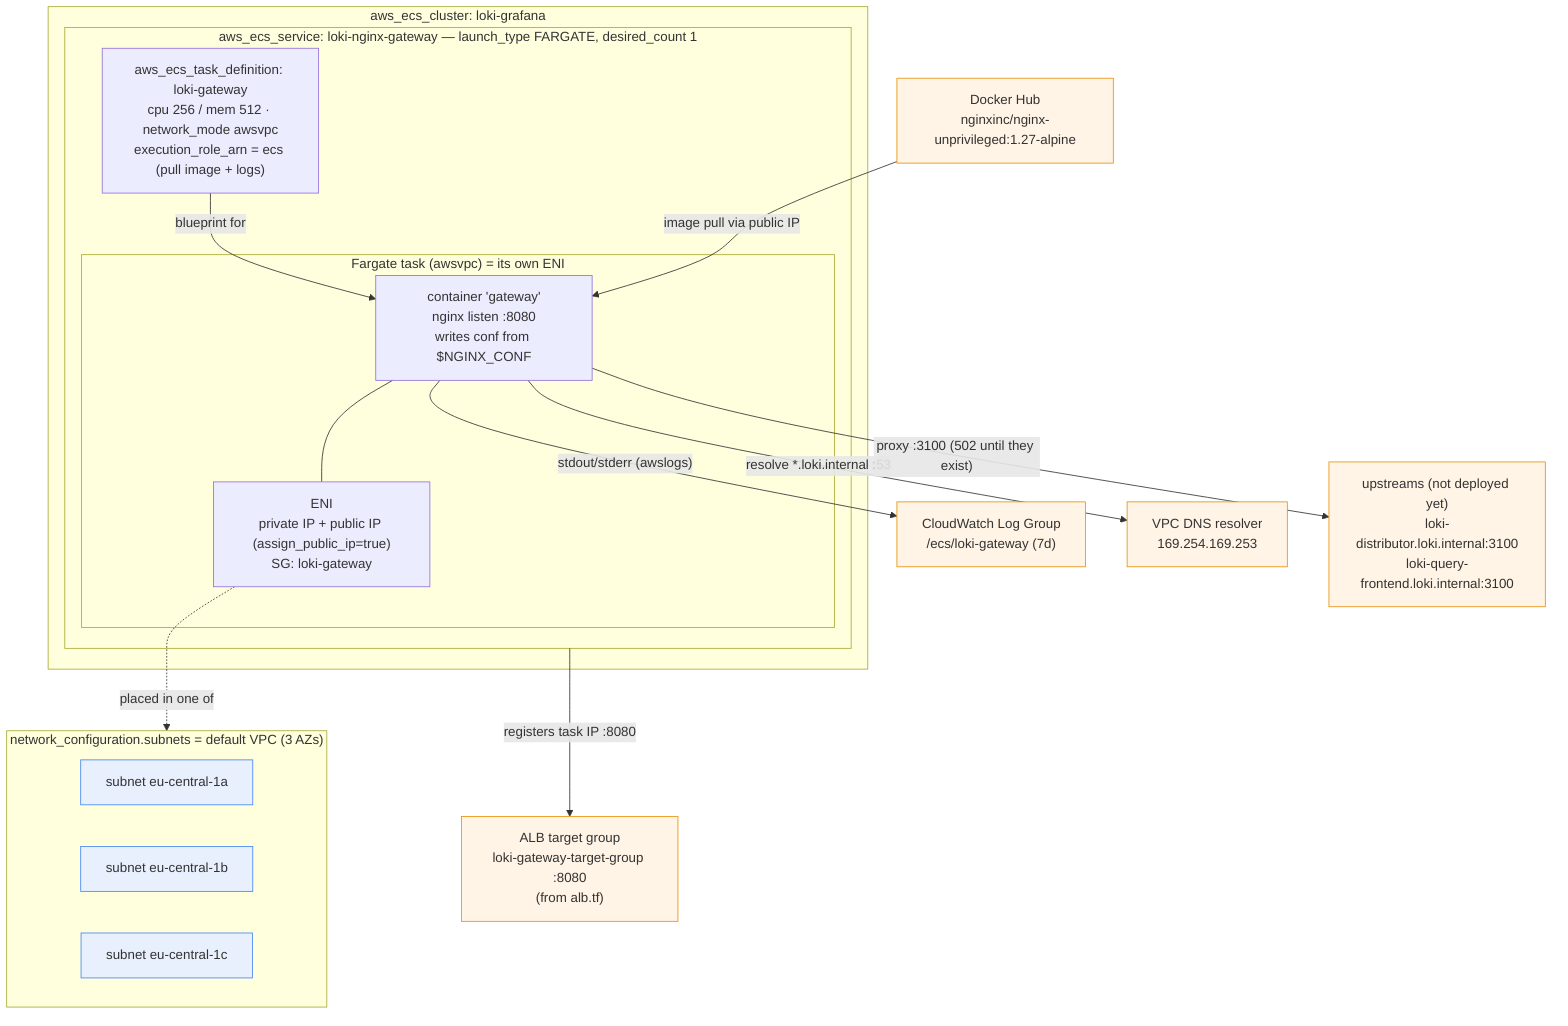
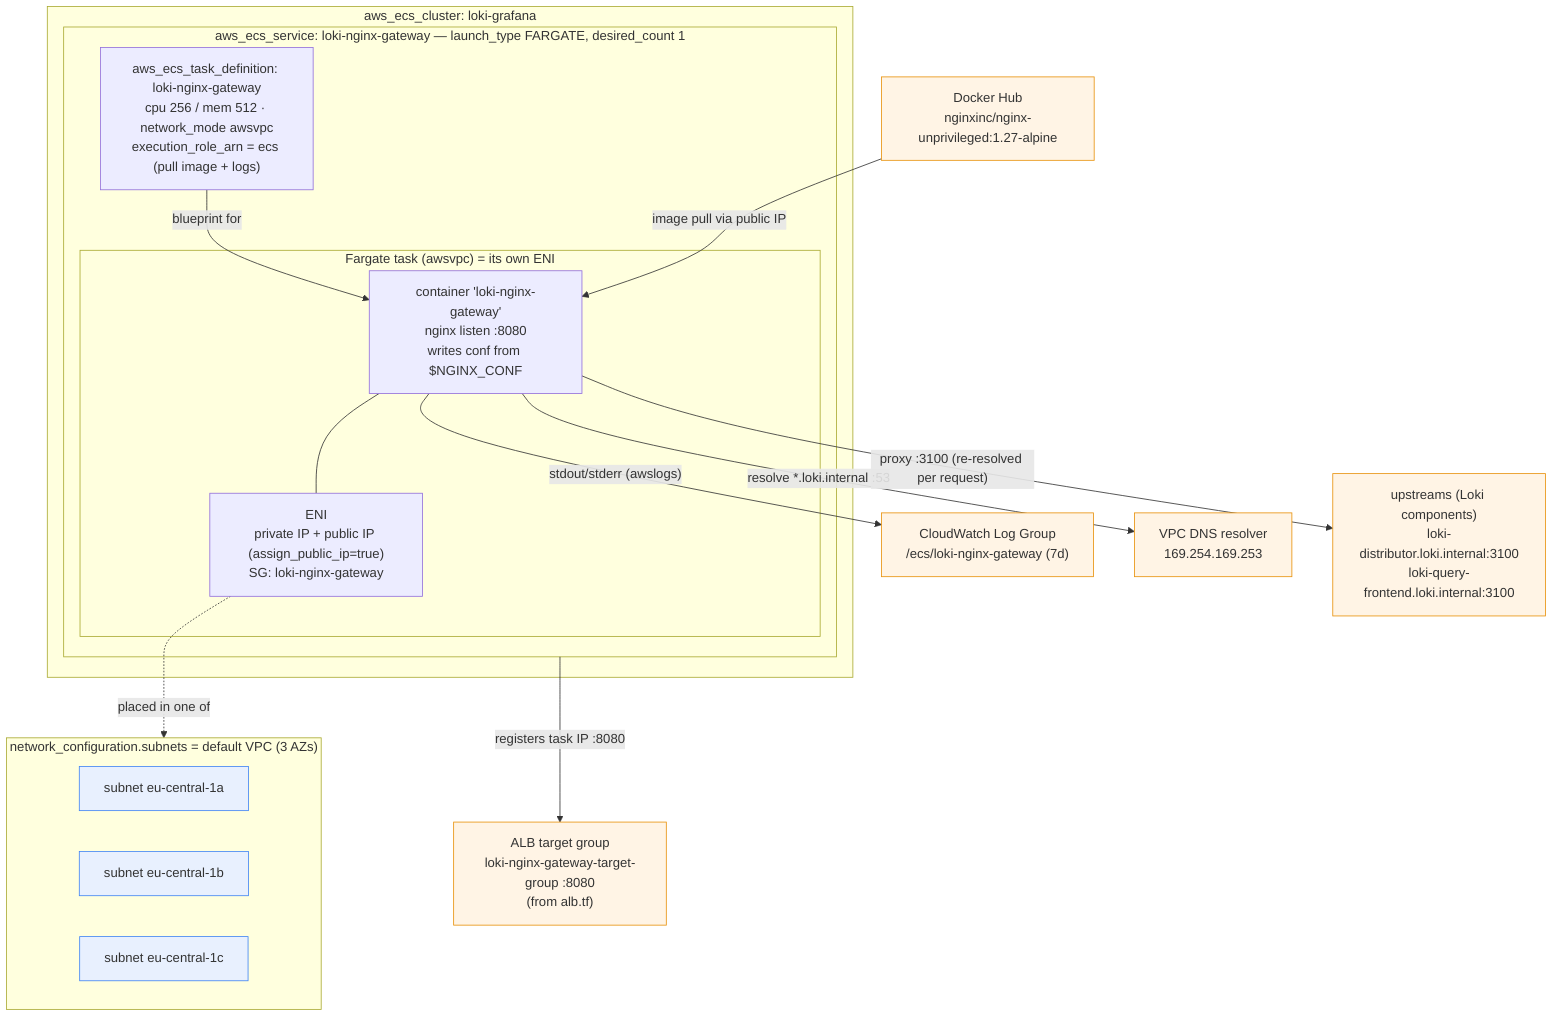
%% nginx-gateway.tf -- ECS cluster + networking view
%% Resources: aws_ecs_cluster (ecs.tf) + aws_cloudwatch_log_group + aws_ecs_task_definition + aws_ecs_service
flowchart TB
    DH["Docker Hub<br/>nginxinc/nginx-unprivileged:1.27-alpine"]
-     TG["ALB target group<br/>loki-gateway-target-group :8080<br/>(from alb.tf)"]
-     CW["CloudWatch Log Group<br/>/ecs/loki-gateway (7d)"]
+     TG["ALB target group<br/>loki-nginx-gateway-target-group :8080<br/>(from alb.tf)"]
+     CW["CloudWatch Log Group<br/>/ecs/loki-nginx-gateway (7d)"]
    DNS["VPC DNS resolver<br/>169.254.169.253"]

    subgraph CLUSTER["aws_ecs_cluster: loki-grafana"]
        subgraph SVC["aws_ecs_service: loki-nginx-gateway — launch_type FARGATE, desired_count 1"]
-             TD["aws_ecs_task_definition: loki-gateway<br/>cpu 256 / mem 512 · network_mode awsvpc<br/>execution_role_arn = ecs (pull image + logs)"]
+             TD["aws_ecs_task_definition: loki-nginx-gateway<br/>cpu 256 / mem 512 · network_mode awsvpc<br/>execution_role_arn = ecs (pull image + logs)"]
            subgraph TASK["Fargate task (awsvpc) = its own ENI"]
-                 ENI["ENI<br/>private IP + public IP (assign_public_ip=true)<br/>SG: loki-gateway"]
-                 CON["container 'gateway'<br/>nginx listen :8080<br/>writes conf from $NGINX_CONF"]
+                 ENI["ENI<br/>private IP + public IP (assign_public_ip=true)<br/>SG: loki-nginx-gateway"]
+                 CON["container 'loki-nginx-gateway'<br/>nginx listen :8080<br/>writes conf from $NGINX_CONF"]
            end
        end
    end

    subgraph SUBNETS["network_configuration.subnets = default VPC (3 AZs)"]
        AZA["subnet eu-central-1a"]
        AZB["subnet eu-central-1b"]
        AZC["subnet eu-central-1c"]
    end

-     UP["upstreams (not deployed yet)<br/>loki-distributor.loki.internal:3100<br/>loki-query-frontend.loki.internal:3100"]
+     UP["upstreams (Loki components)<br/>loki-distributor.loki.internal:3100<br/>loki-query-frontend.loki.internal:3100"]

    TD -->|"blueprint for"| CON
    CON --- ENI
    ENI -.->|"placed in one of"| SUBNETS

    DH -->|"image pull via public IP"| CON
    CON -->|"stdout/stderr (awslogs)"| CW
    SVC -->|"registers task IP :8080"| TG

    CON -->|"resolve *.loki.internal :53"| DNS
-     CON -->|"proxy :3100 (502 until they exist)"| UP
+     CON -->|"proxy :3100 (re-resolved per request)"| UP

    classDef ext fill:#fff4e5,stroke:#e8920c;
    classDef net fill:#e8f0fe,stroke:#4285f4;
    class DH,TG,CW,DNS,UP ext;
    class AZA,AZB,AZC net;
